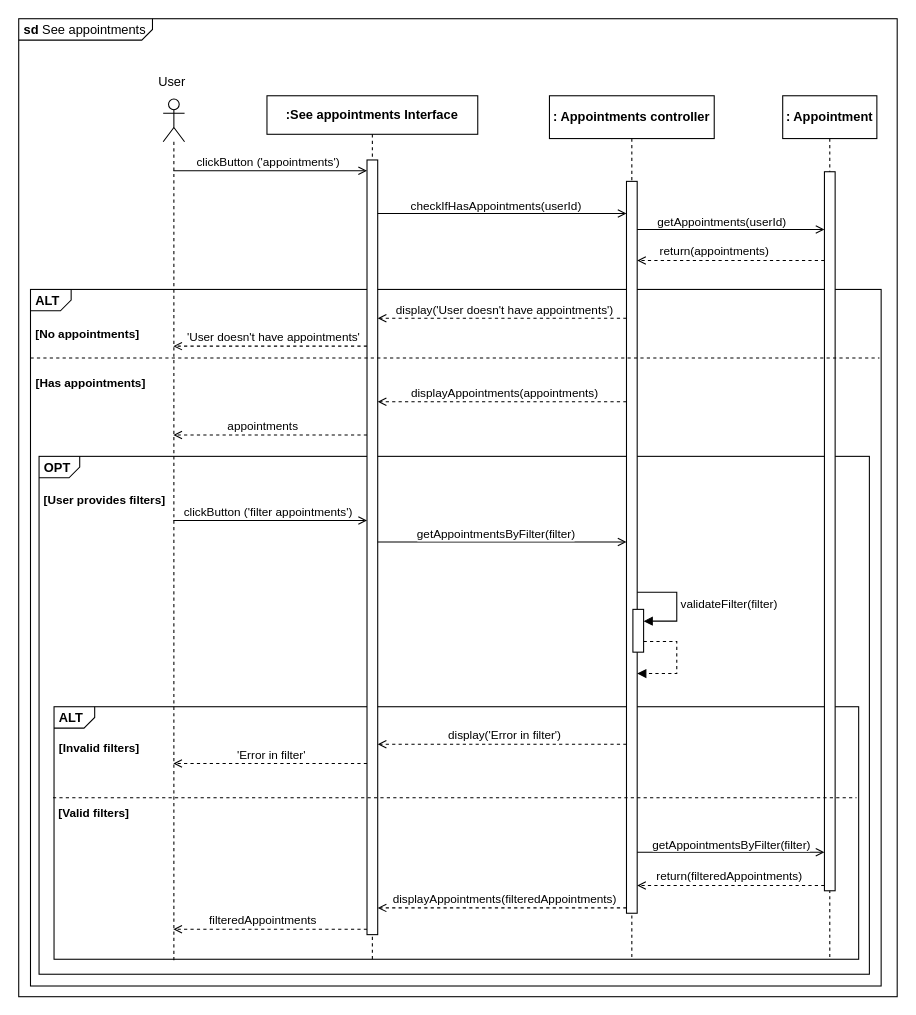
Earlier version of the draw.io diagram Diagrams/Sequence/Sequence 11 - See list of appointments.drawio (RafaelCMira/myclinic-msp-project). Source tidied: cells renumbered, new cells numbered last; positions are measured from the earlier drawing's top-left corner, leaving out a move shared by most shapes. Both pictures are drawn from the tidied source at 107%, with x=0, y=0 at pixel (18, 18).
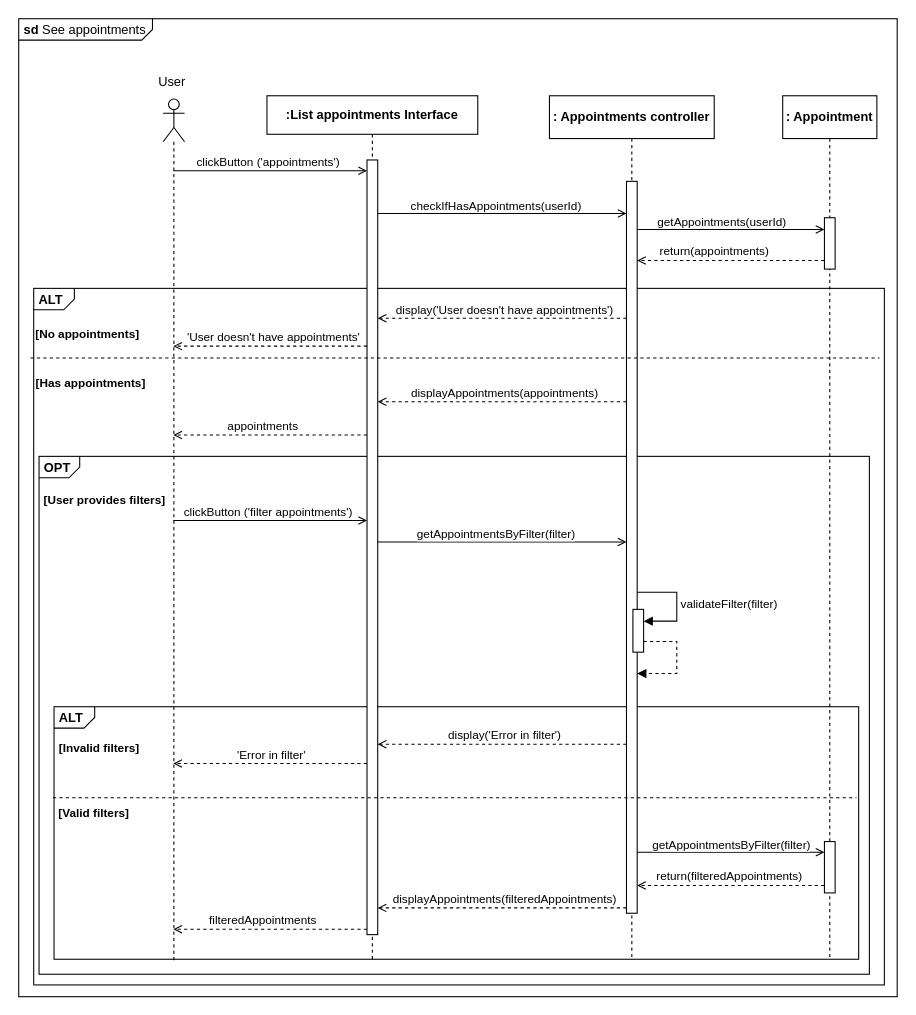
After the change.

Unchanged cells that the change refers to:
```xml
<mxCell id="9" style="html=1;points=[[0,0,0,0,5],[0,1,0,0,-5],[1,0,0,0,5],[1,1,0,0,-5]];perimeter=orthogonalPerimeter;outlineConnect=0;targetShapes=umlLifeline;portConstraint=eastwest;newEdgeStyle={&quot;curved&quot;:0,&quot;rounded&quot;:0};" parent="8" vertex="1">
  <mxGeometry x="72" y="80" width="10" height="684" as="geometry" />
</mxCell>
<mxCell id="15" value="&lt;b&gt;: Appointment&lt;/b&gt;" style="shape=umlLifeline;perimeter=lifelinePerimeter;whiteSpace=wrap;html=1;newEdgeStyle={&quot;edgeStyle&quot;:&quot;elbowEdgeStyle&quot;,&quot;elbow&quot;:&quot;vertical&quot;,&quot;curved&quot;:0,&quot;rounded&quot;:0};" parent="1" vertex="1">
  <mxGeometry x="714" y="72" width="88" height="807" as="geometry" />
</mxCell>
```

Diff of the diagram source:
```diff
@@
     <mxCell id="3" value="&lt;p style=&quot;margin:0px;margin-top:4px;margin-left:5px;text-align:left;&quot;&gt;&lt;b&gt;ALT&lt;/b&gt;&lt;/p&gt;" style="html=1;shape=mxgraph.sysml.package;overflow=fill;labelX=38.73;align=left;spacingLeft=5;verticalAlign=top;spacingTop=-3;" parent="1" vertex="1">
-      <mxGeometry x="11" y="253" width="795" height="651" as="geometry" />
+      <mxGeometry x="14" y="252" width="795" height="651" as="geometry" />
     </mxCell>
@@
-    <mxCell id="6" value="&lt;b&gt;:See appointments Interface&lt;/b&gt;" style="shape=umlLifeline;perimeter=lifelinePerimeter;whiteSpace=wrap;html=1;newEdgeStyle={&quot;edgeStyle&quot;:&quot;elbowEdgeStyle&quot;,&quot;elbow&quot;:&quot;vertical&quot;,&quot;curved&quot;:0,&quot;rounded&quot;:0};size=36;" parent="1" vertex="1">
+    <mxCell id="6" value="&lt;b&gt;:List appointments Interface&lt;/b&gt;" style="shape=umlLifeline;perimeter=lifelinePerimeter;whiteSpace=wrap;html=1;newEdgeStyle={&quot;edgeStyle&quot;:&quot;elbowEdgeStyle&quot;,&quot;elbow&quot;:&quot;vertical&quot;,&quot;curved&quot;:0,&quot;rounded&quot;:0};size=36;" parent="1" vertex="1">
       <mxGeometry x="232" y="72" width="197" height="810" as="geometry" />
     </mxCell>
@@
-    <mxCell id="16" style="html=1;points=[[0,0,0,0,5],[0,1,0,0,-5],[1,0,0,0,5],[1,1,0,0,-5]];perimeter=orthogonalPerimeter;outlineConnect=0;targetShapes=umlLifeline;portConstraint=eastwest;newEdgeStyle={&quot;curved&quot;:0,&quot;rounded&quot;:0};" parent="15" vertex="1">
-      <mxGeometry x="39" y="71" width="10" height="672" as="geometry" />
-    </mxCell>
+    <mxCell id="56" style="html=1;points=[[0,0,0,0,5],[0,1,0,0,-5],[1,0,0,0,5],[1,1,0,0,-5]];perimeter=orthogonalPerimeter;outlineConnect=0;targetShapes=umlLifeline;portConstraint=eastwest;newEdgeStyle={&quot;curved&quot;:0,&quot;rounded&quot;:0};" parent="15" vertex="1">
+      <mxGeometry x="39" y="114" width="10" height="48" as="geometry" />
+    </mxCell>
+    <mxCell id="57" style="html=1;points=[[0,0,0,0,5],[0,1,0,0,-5],[1,0,0,0,5],[1,1,0,0,-5]];perimeter=orthogonalPerimeter;outlineConnect=0;targetShapes=umlLifeline;portConstraint=eastwest;newEdgeStyle={&quot;curved&quot;:0,&quot;rounded&quot;:0};" parent="15" vertex="1">
+      <mxGeometry x="39" y="697" width="10" height="48" as="geometry" />
+    </mxCell>
@@
-    <mxCell id="21" style="rounded=0;jettySize=auto;html=1;endArrow=open;endFill=0;" parent="1" edge="1" source="9" target="16">
+    <mxCell id="21" style="rounded=0;jettySize=auto;html=1;endArrow=open;endFill=0;" parent="1" edge="1" source="9" target="56">
       <mxGeometry relative="1" as="geometry">
         <Array as="points">
           <mxPoint x="616" y="197" />
         </Array>
       </mxGeometry>
     </mxCell>
@@
-    <mxCell id="23" style="rounded=0;jettySize=auto;html=1;endArrow=open;endFill=0;dashed=1;" parent="1" edge="1" source="16" target="9">
+    <mxCell id="23" style="rounded=0;jettySize=auto;html=1;endArrow=open;endFill=0;dashed=1;" parent="1" edge="1" source="56" target="9">
       <mxGeometry relative="1" as="geometry">
         <Array as="points">
           <mxPoint x="606" y="226" />
         </Array>
       </mxGeometry>
     </mxCell>
@@
-    <mxCell id="48" style="rounded=0;jettySize=auto;html=1;endArrow=open;endFill=0;" parent="1" edge="1" source="9" target="16">
+    <mxCell id="48" style="rounded=0;jettySize=auto;html=1;endArrow=open;endFill=0;" parent="1" edge="1" source="9" target="57">
       <mxGeometry relative="1" as="geometry">
         <Array as="points">
           <mxPoint x="617" y="779" />
         </Array>
       </mxGeometry>
     </mxCell>
@@
-    <mxCell id="50" style="rounded=0;jettySize=auto;html=1;endArrow=open;endFill=0;dashed=1;" parent="1" edge="1" source="16" target="9">
+    <mxCell id="50" style="rounded=0;jettySize=auto;html=1;endArrow=open;endFill=0;dashed=1;" parent="1" edge="1" source="57" target="9">
       <mxGeometry relative="1" as="geometry">
         <Array as="points">
           <mxPoint x="605" y="810" />
         </Array>
       </mxGeometry>
     </mxCell>
```
